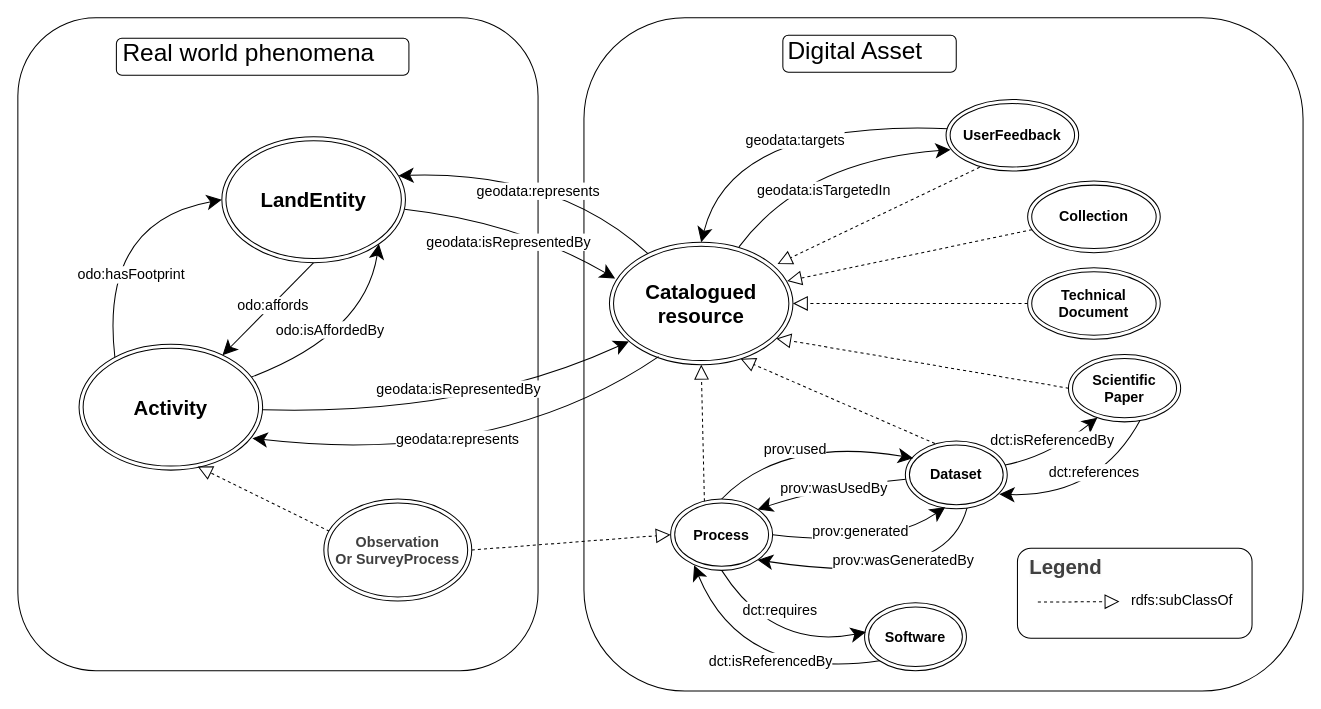
Earlier version of the draw.io diagram page "figure" (1 of 6) of docs/diagrams/model_KG_article_long.drawio (IntForOut/outdoorPressure). Source tidied: cells renumbered, new cells numbered last; positions are measured from the earlier drawing's top-left corner, leaving out a move shared by most shapes. Both pictures are drawn from the tidied source at 102%, with x=0, y=0 at pixel (17, 17).
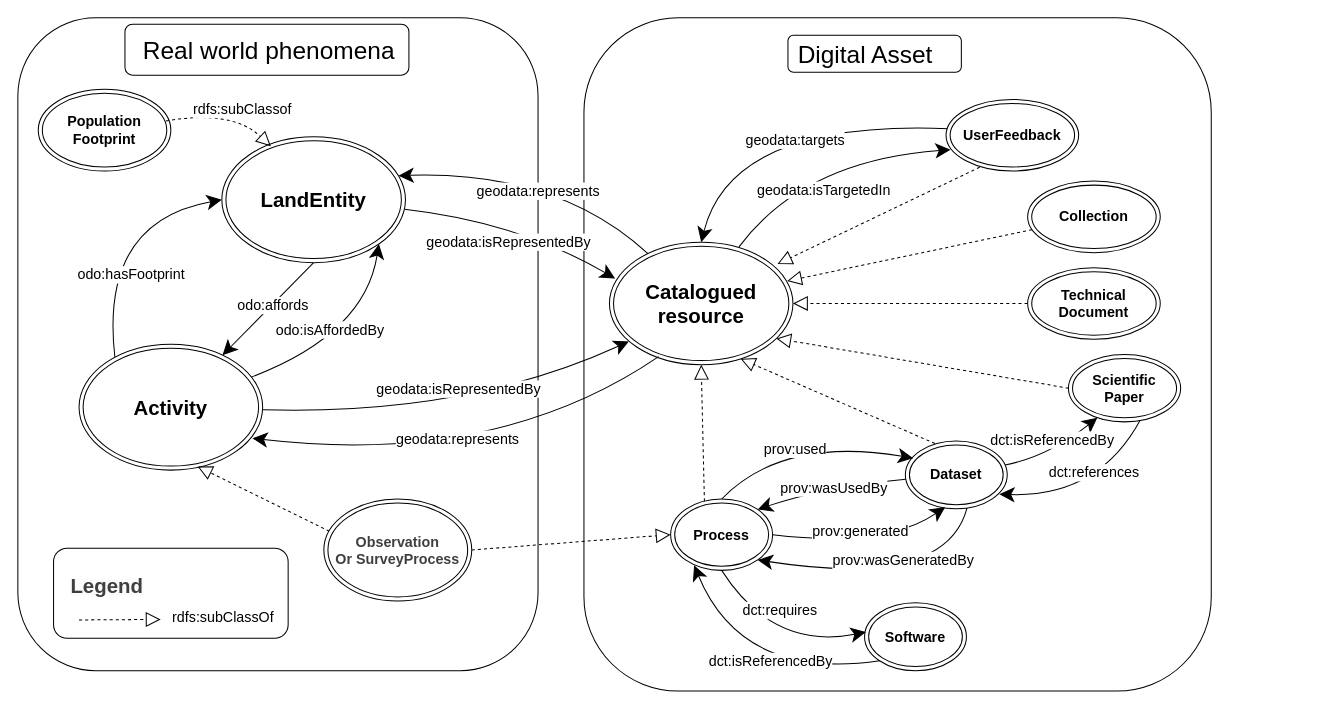
The same diagram, later.

Unchanged cells that the change refers to:
```xml
<mxCell id="38" value="&lt;b&gt;&lt;font style=&quot;font-size: 20px;&quot;&gt;LandEntity&lt;/font&gt;&lt;/b&gt;" style="ellipse;shape=doubleEllipse;whiteSpace=wrap;html=1;fontSize=14;" parent="1" vertex="1">
  <mxGeometry x="200" y="116.6" width="180" height="123.4" as="geometry" />
</mxCell>
```

Diff of the diagram source:
```diff
@@
     <mxCell id="2" style="rounded=1;whiteSpace=wrap;html=1;fillColor=default;" parent="1" vertex="1">
-      <mxGeometry x="555" width="705" height="660" as="geometry" />
+      <mxGeometry x="555" width="615" height="660" as="geometry" />
     </mxCell>
@@
     <mxCell id="45" style="group;strokeColor=default;rounded=1;" parent="1" vertex="1">
-      <mxGeometry x="96.6" y="20" width="286.8" height="36.2" as="geometry" />
+      <mxGeometry x="105" y="6.2" width="278.4" height="50" as="geometry" />
     </mxCell>
     <mxCell id="46" value="&lt;font style=&quot;font-size: 24px;&quot;&gt;Real world phenomena&lt;/font&gt;" style="text;html=1;whiteSpace=wrap;strokeColor=none;fillColor=none;align=left;verticalAlign=middle;rounded=0;fontSize=20;" parent="45" vertex="1">
-      <mxGeometry x="4.6" y="10.7" width="282.2" height="9.1" as="geometry" />
+      <mxGeometry x="15.5" y="20.8" width="273.9" height="12.5" as="geometry" />
     </mxCell>
     <mxCell id="47" style="group;strokeColor=default;rounded=1;" parent="1" vertex="1">
-      <mxGeometry x="750" y="17.1" width="170" height="36.2" as="geometry" />
+      <mxGeometry x="755" y="17.1" width="170" height="36.2" as="geometry" />
     </mxCell>
     <mxCell id="48" value="&lt;font style=&quot;font-size: 24px;&quot;&gt;Digital Asset&lt;/font&gt;" style="text;html=1;whiteSpace=wrap;strokeColor=none;fillColor=none;align=left;verticalAlign=middle;rounded=0;fontSize=20;" parent="47" vertex="1">
-      <mxGeometry x="3.2" y="11.7" width="166.8" height="9.1" as="geometry" />
+      <mxGeometry x="8.2" y="15.7" width="166.8" height="9.1" as="geometry" />
     </mxCell>
@@
     <mxCell id="55" style="rounded=1;whiteSpace=wrap;html=1;fillColor=default;" parent="1" vertex="1">
-      <mxGeometry x="980" y="520" width="230" height="88.3" as="geometry" />
+      <mxGeometry x="35" y="520" width="230" height="88.3" as="geometry" />
     </mxCell>
     <mxCell id="56" style="edgeStyle=none;html=1;dashed=1;endArrow=block;endFill=0;endSize=12;" parent="1" edge="1">
       <mxGeometry relative="1" as="geometry">
-        <mxPoint x="1000" y="572.8" as="sourcePoint" />
-        <mxPoint x="1080" y="572.3" as="targetPoint" />
+        <mxPoint x="60" y="590.3" as="sourcePoint" />
+        <mxPoint x="140" y="589.8" as="targetPoint" />
       </mxGeometry>
     </mxCell>
     <mxCell id="57" value="&lt;font style=&quot;font-size: 14px;&quot;&gt;rdfs:subClassOf&lt;/font&gt;" style="edgeLabel;html=1;align=center;verticalAlign=middle;" parent="1" vertex="1">
-      <mxGeometry x="1140" y="570" as="geometry" />
+      <mxGeometry x="200" y="587.5" as="geometry" />
     </mxCell>
     <mxCell id="58" value="&lt;b style=&quot;forced-color-adjust: none; color: rgb(63, 63, 63); scrollbar-color: rgb(226, 226, 226) rgb(251, 251, 251); font-family: Helvetica; font-size: 14px; font-style: normal; font-variant-ligatures: normal; font-variant-caps: normal; letter-spacing: normal; orphans: 2; text-align: center; text-indent: 0px; text-transform: none; widows: 2; word-spacing: 0px; -webkit-text-stroke-width: 0px; white-space: normal; background-color: rgb(251, 251, 251); text-decoration-thickness: initial; text-decoration-style: initial; text-decoration-color: initial;&quot;&gt;&lt;font style=&quot;forced-color-adjust: none; color: rgb(63, 63, 63); scrollbar-color: rgb(226, 226, 226) rgb(251, 251, 251); font-size: 20px;&quot;&gt;Legend&lt;/font&gt;&lt;/b&gt;" style="text;whiteSpace=wrap;html=1;" parent="1" vertex="1">
-      <mxGeometry x="990" y="520" width="110" height="50" as="geometry" />
+      <mxGeometry x="50" y="537.5" width="110" height="50" as="geometry" />
     </mxCell>
@@
+    <mxCell id="65" value="&lt;font&gt;&lt;b&gt;&lt;font&gt;Population&lt;/font&gt;&lt;/b&gt;&lt;/font&gt;&lt;div&gt;&lt;font&gt;&lt;b&gt;&lt;font&gt;Footprint&lt;/font&gt;&lt;/b&gt;&lt;/font&gt;&lt;/div&gt;" style="ellipse;shape=doubleEllipse;whiteSpace=wrap;html=1;fontSize=14;" parent="1" vertex="1">
+      <mxGeometry x="20" y="70" width="130" height="80.2" as="geometry" />
+    </mxCell>
+    <mxCell id="66" style="edgeStyle=none;html=1;rounded=0;curved=1;dashed=1;endArrow=block;endFill=0;exitX=0.962;exitY=0.387;exitDx=0;exitDy=0;entryX=0.267;entryY=0.076;entryDx=0;entryDy=0;entryPerimeter=0;endSize=12;exitPerimeter=0;" parent="1" edge="1" source="65" target="38">
+      <mxGeometry relative="1" as="geometry">
+        <Array as="points">
+          <mxPoint x="210" y="90" />
+        </Array>
+      </mxGeometry>
+    </mxCell>
+    <mxCell id="67" value="&lt;font style=&quot;font-size: 14px;&quot;&gt;rdfs:subClassof&lt;/font&gt;" style="edgeLabel;html=1;align=center;verticalAlign=middle;fontSize=11;" parent="66" vertex="1">
+      <mxGeometry x="0.03" y="2" relative="1" as="geometry">
+        <mxPoint x="15" y="1" as="offset" />
+      </mxGeometry>
+    </mxCell>
```
